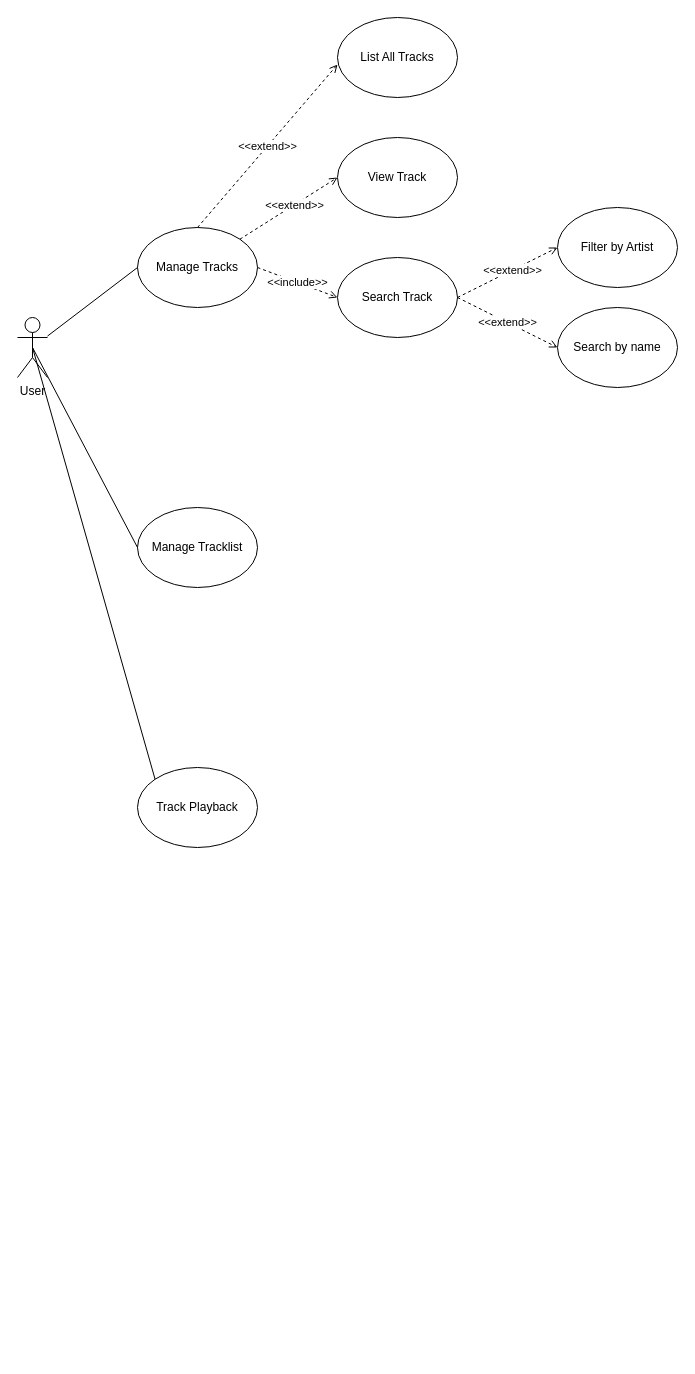
Earlier version of the draw.io diagram JukeBox/Untitled Diagram.drawio (peterpool-dasherz/oop-new). Source tidied: cells renumbered, new cells numbered last; positions are measured from the earlier drawing's top-left corner, leaving out a move shared by most shapes. Both pictures are drawn from the tidied source at 100%, with x=0, y=0 at pixel (17, 17).
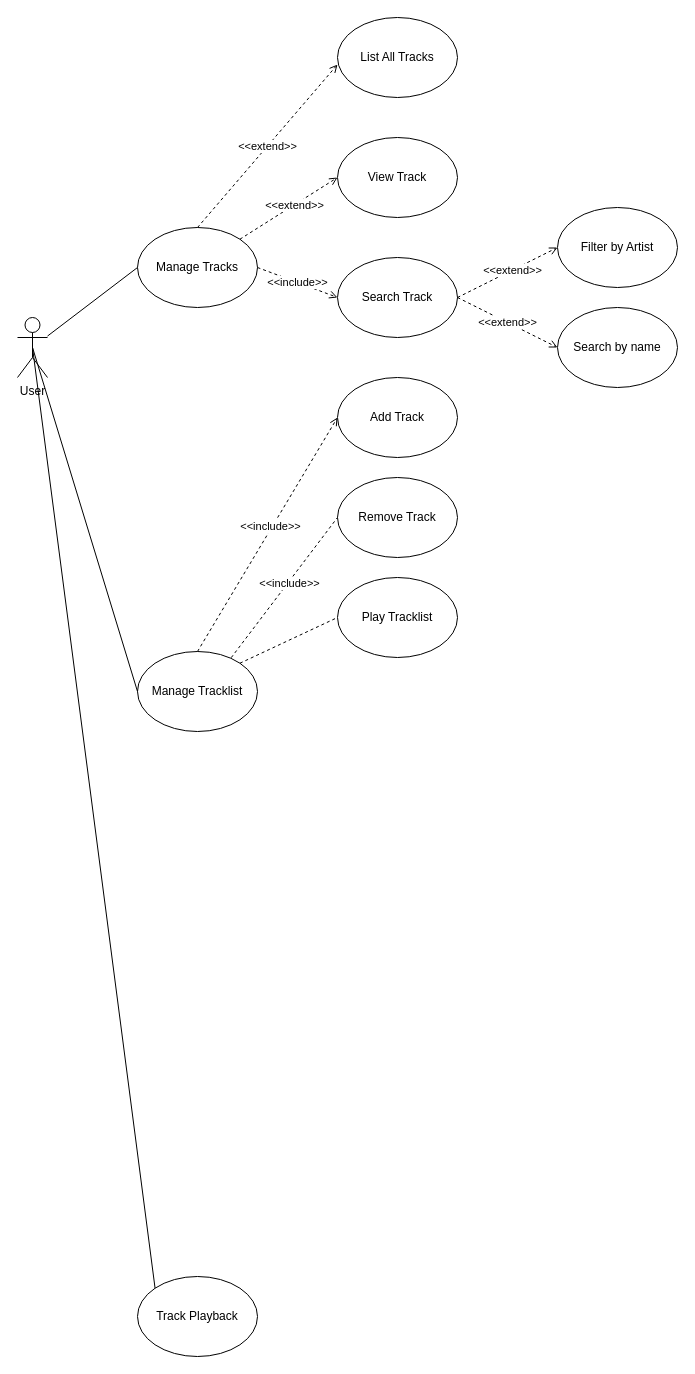
The same page after the edit.

Change to the diagram source:
```diff
@@
     <mxCell id="4" value="Manage Tracklist" style="ellipse;whiteSpace=wrap;html=1;" parent="1" vertex="1">
-      <mxGeometry x="120" y="490" width="120" height="80" as="geometry" />
+      <mxGeometry x="120" y="634" width="120" height="80" as="geometry" />
     </mxCell>
@@
     <mxCell id="19" value="Track Playback" style="ellipse;whiteSpace=wrap;html=1;" parent="1" vertex="1">
-      <mxGeometry x="120" y="750" width="120" height="80" as="geometry" />
+      <mxGeometry x="120" y="1259" width="120" height="80" as="geometry" />
     </mxCell>
@@
+    <mxCell id="21" value="Add Track" style="ellipse;whiteSpace=wrap;html=1;" parent="1" vertex="1">
+      <mxGeometry x="320" y="360" width="120" height="80" as="geometry" />
+    </mxCell>
+    <mxCell id="22" style="endArrow=open;dashed=1;html=1;rounded=0;exitX=0.5;exitY=0;exitDx=0;exitDy=0;entryX=0;entryY=0.5;entryDx=0;entryDy=0;endFill=0;" parent="1" edge="1" source="4" target="21">
+      <mxGeometry relative="1" as="geometry" />
+    </mxCell>
+    <mxCell id="23" value="&amp;lt;&amp;lt;include&amp;gt;&amp;gt;" style="edgeLabel;html=1;align=center;verticalAlign=middle;" parent="22" vertex="1">
+      <mxGeometry x="0.06" y="2" relative="1" as="geometry" />
+    </mxCell>
+    <mxCell id="24" value="Remove Track" style="ellipse;whiteSpace=wrap;html=1;" parent="1" vertex="1">
+      <mxGeometry x="320" y="460" width="120" height="80" as="geometry" />
+    </mxCell>
+    <mxCell id="25" style="endArrow=none;dashed=1;html=1;rounded=0;exitX=0.781;exitY=0.077;exitDx=0;exitDy=0;exitPerimeter=0;entryX=0;entryY=0.5;entryDx=0;entryDy=0;" parent="1" edge="1" source="4" target="24">
+      <mxGeometry relative="1" as="geometry" />
+    </mxCell>
+    <mxCell id="26" value="&amp;lt;&amp;lt;include&amp;gt;&amp;gt;" style="edgeLabel;html=1;align=center;verticalAlign=middle;" parent="25" vertex="1">
+      <mxGeometry x="0.08" relative="1" as="geometry">
+        <mxPoint y="1" as="offset" />
+      </mxGeometry>
+    </mxCell>
+    <mxCell id="27" value="Play Tracklist" style="ellipse;whiteSpace=wrap;html=1;" parent="1" vertex="1">
+      <mxGeometry x="320" y="560" width="120" height="80" as="geometry" />
+    </mxCell>
+    <mxCell id="28" style="endArrow=none;dashed=1;html=1;rounded=0;exitX=1;exitY=0;exitDx=0;exitDy=0;entryX=0;entryY=0.5;entryDx=0;entryDy=0;" parent="1" edge="1" source="4" target="27">
+      <mxGeometry relative="1" as="geometry" />
+    </mxCell>
```
